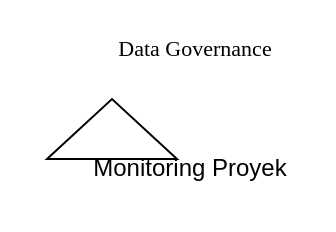
Tian7877/Hanoi_Tower keeps this draw.io diagram as Untitled Diagram.drawio. Above is the earlier version. Source tidied: cells renumbered, new cells numbered last; positions are measured from the earlier drawing's top-left corner, leaving out a move shared by most shapes. Both pictures are drawn from the tidied source at 200%, with x=0, y=0 at pixel (46, 38).
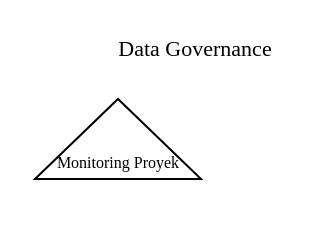
The same page after the edit.

Diff of the diagram source:
```diff
@@
 <mxGraphModel>
   <root>
     <mxCell id="0" />
     <mxCell id="1" parent="0" />
     <mxCell id="2" value="&lt;font style=&quot;font-size: 11px;&quot; face=&quot;Times New Roman&quot;&gt;Data Governance&lt;/font&gt;" style="text;html=1;align=center;verticalAlign=middle;whiteSpace=wrap;rounded=0;" parent="1" vertex="1">
       <mxGeometry x="32" width="85" height="10" as="geometry" />
     </mxCell>
     <mxCell id="3" style="verticalLabelPosition=bottom;verticalAlign=top;html=1;shape=mxgraph.basic.acute_triangle;dx=0.5;" parent="1" vertex="1">
-      <mxGeometry y="30" width="65" height="30" as="geometry" />
+      <mxGeometry x="-6" y="30" width="83" height="40" as="geometry" />
     </mxCell>
-    <mxCell id="4" value="Monitoring Proyek" style="text;html=1;align=center;verticalAlign=middle;whiteSpace=wrap;rounded=0;" parent="1" vertex="1">
-      <mxGeometry x="17" y="50" width="110" height="30" as="geometry" />
+    <mxCell id="4" value="&lt;font face=&quot;Times New Roman&quot; style=&quot;font-size: 8px;&quot;&gt;Monitoring Proyek&lt;/font&gt;" style="text;html=1;align=center;verticalAlign=middle;whiteSpace=wrap;rounded=0;" parent="1" vertex="1">
+      <mxGeometry x="-4.2" y="60" width="79.5" as="geometry" />
     </mxCell>
   </root>
 </mxGraphModel>
```
